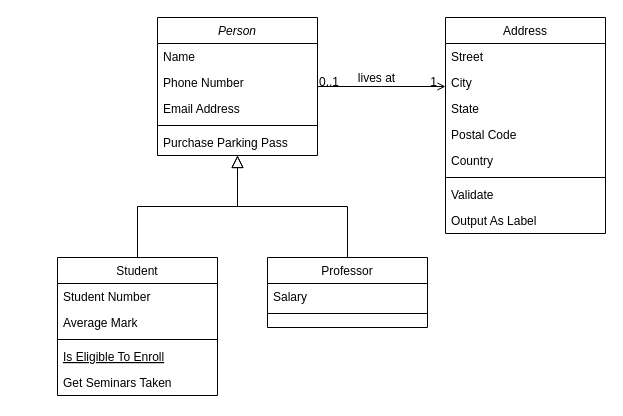
Before: Untitled Diagram.drawio in shin-eraser/swimm-test, a draw.io diagram. Source tidied: cells renumbered, new cells numbered last; positions are measured from the earlier drawing's top-left corner, leaving out a move shared by most shapes. Both pictures are drawn from the tidied source at 100%, with x=0, y=0 at pixel (57, 17).
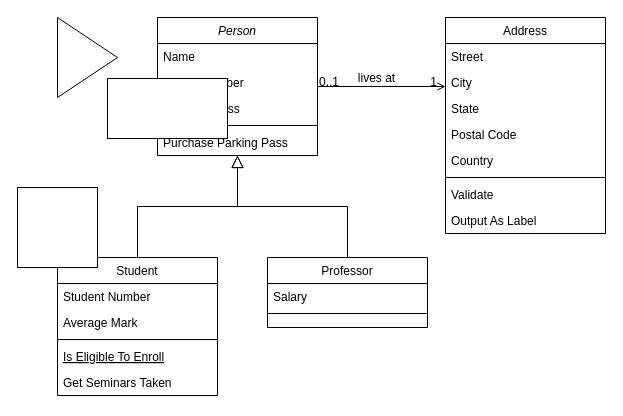
The same diagram, later.

Change to the diagram source:
```diff
@@
+    <mxCell id="32" style="rounded=0;whiteSpace=wrap;html=1;" parent="1" vertex="1">
+      <mxGeometry x="50" y="61" width="120" height="60" as="geometry" />
+    </mxCell>
+    <mxCell id="33" style="whiteSpace=wrap;html=1;" parent="1" vertex="1">
+      <mxGeometry x="-40" y="170" width="80" height="80" as="geometry" />
+    </mxCell>
+    <mxCell id="34" style="triangle;whiteSpace=wrap;html=1;" parent="1" vertex="1">
+      <mxGeometry width="60" height="80" as="geometry" />
+    </mxCell>
```
